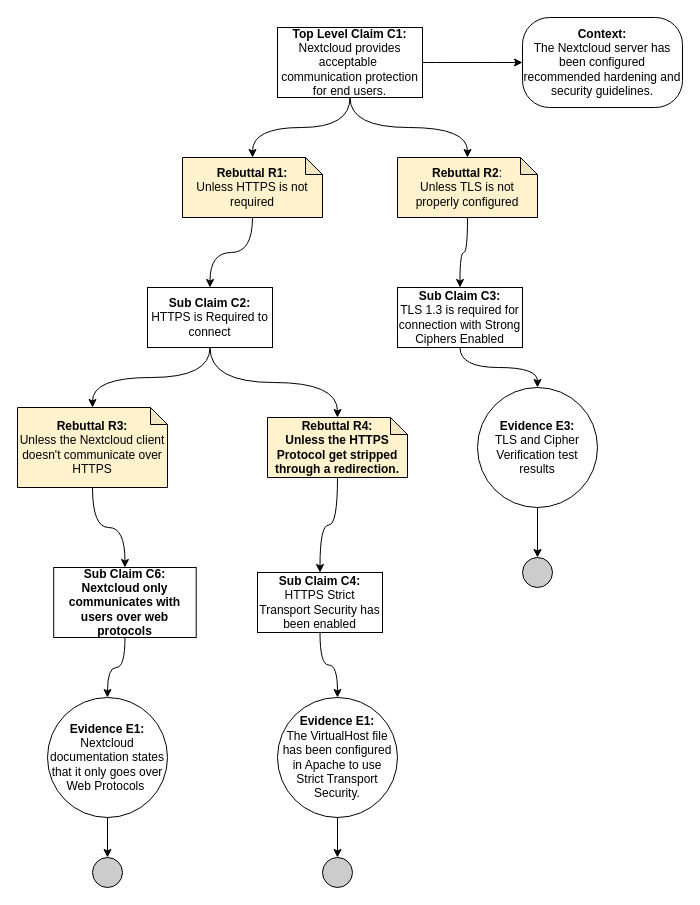
Before: Assurance Case/Assurance Case - Secure Communication.drawio in Hinrichsta/FA23-Cyber8420, a draw.io diagram. Source tidied: cells renumbered, new cells numbered last; positions are measured from the earlier drawing's top-left corner, leaving out a move shared by most shapes. Both pictures are drawn from the tidied source at 100%, with x=0, y=0 at pixel (17, 17).
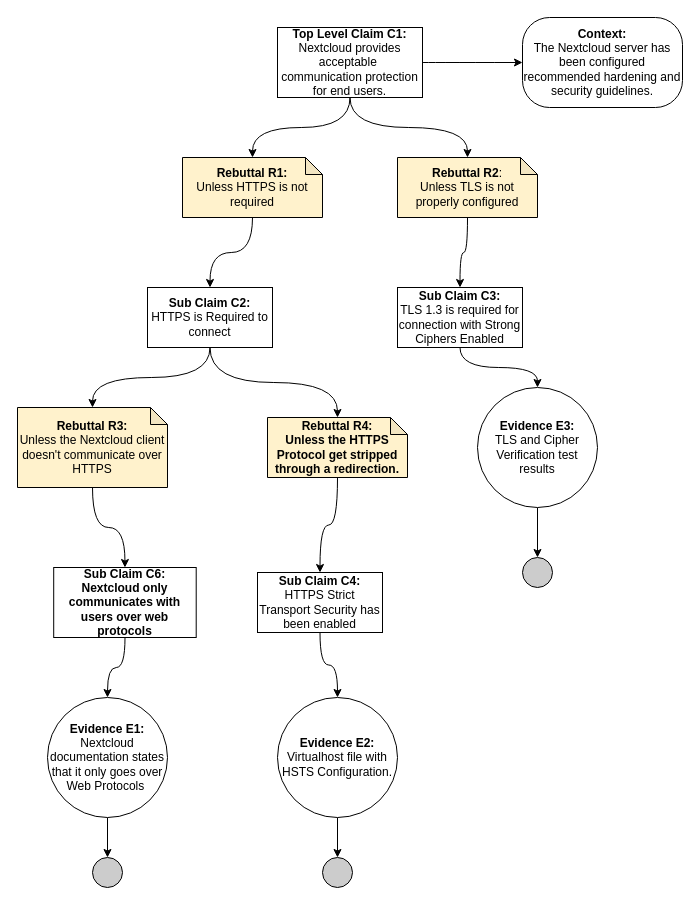
Above is the later version.

What changed in the source:
```diff
@@
-    <mxCell id="19" value="&lt;b&gt;Evidence E1:&lt;/b&gt;&lt;br&gt;The VirtualHost file has been configured in Apache to use Strict Transport Security." style="ellipse;whiteSpace=wrap;html=1;fillColor=#ffffff;rounded=0;" parent="1" vertex="1">
+    <mxCell id="19" value="&lt;b&gt;Evidence E2:&lt;/b&gt;&lt;br&gt;Virtualhost file with HSTS Configuration." style="ellipse;whiteSpace=wrap;html=1;fillColor=#ffffff;rounded=0;" parent="1" vertex="1">
       <mxGeometry x="260" y="680" width="120" height="120" as="geometry" />
     </mxCell>
```
